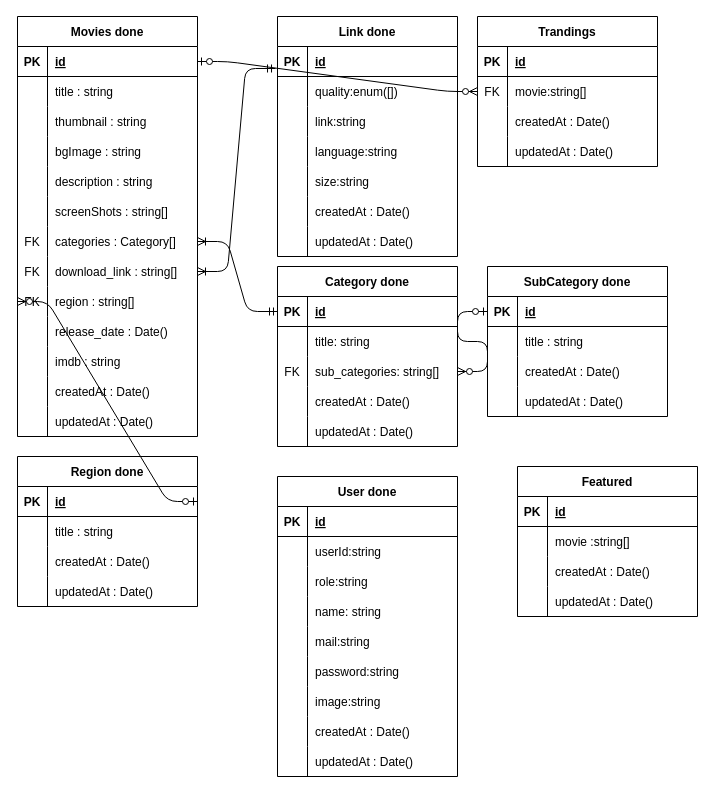
muradwahid/movie-server keeps this draw.io diagram as er-diagram.drawio. Above is the earlier version. Source tidied: cells renumbered, new cells numbered last; positions are measured from the earlier drawing's top-left corner, leaving out a move shared by most shapes. Both pictures are drawn from the tidied source at 100%, with x=0, y=0 at pixel (17, 16).
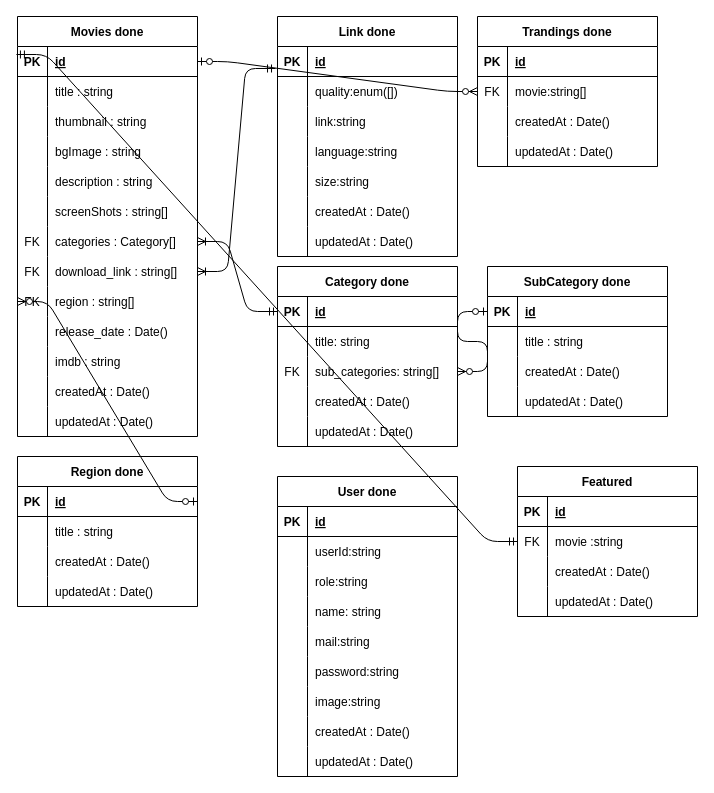
After the change.

Unchanged cells that the change refers to:
```xml
<mxCell id="3" style="shape=tableRow;horizontal=0;startSize=0;swimlaneHead=0;swimlaneBody=0;fillColor=none;points=[[0,0.5],[1,0.5]];portConstraint=eastwest;top=0;left=0;right=0;bottom=1;" parent="2" vertex="1">
  <mxGeometry y="30" width="180" height="30" as="geometry" />
</mxCell>
<mxCell id="156" style="shape=tableRow;horizontal=0;startSize=0;swimlaneHead=0;swimlaneBody=0;fillColor=none;points=[[0,0.5],[1,0.5]];portConstraint=eastwest;top=0;left=0;right=0;bottom=0;" parent="152" vertex="1">
  <mxGeometry y="60" width="180" height="30" as="geometry" />
</mxCell>
```

Diff of the diagram source:
```diff
@@
-    <mxCell id="109" value="Trandings" style="shape=table;startSize=30;childLayout=tableLayout;rowLines=0;fontStyle=1;align=center;" parent="1" vertex="1">
+    <mxCell id="109" value="Trandings done" style="shape=table;startSize=30;childLayout=tableLayout;rowLines=0;fontStyle=1;align=center;" parent="1" vertex="1">
       <mxGeometry x="460" width="180" height="150" as="geometry" />
     </mxCell>
@@
-    <mxCell id="157" style="shape=partialRectangle;fillColor=none;top=0;left=0;bottom=0;right=0;overflow=hidden;" parent="156" vertex="1">
+    <mxCell id="157" value="FK" style="shape=partialRectangle;fillColor=none;top=0;left=0;bottom=0;right=0;overflow=hidden;" parent="156" vertex="1">
       <mxGeometry width="30" height="30" as="geometry" />
     </mxCell>
-    <mxCell id="158" value="movie :string[]" style="shape=partialRectangle;fillColor=none;top=0;left=0;bottom=0;right=0;align=left;spacingLeft=6;overflow=hidden;" parent="156" vertex="1">
+    <mxCell id="158" value="movie :string" style="shape=partialRectangle;fillColor=none;top=0;left=0;bottom=0;right=0;align=left;spacingLeft=6;overflow=hidden;" parent="156" vertex="1">
       <mxGeometry x="30" width="150" height="30" as="geometry" />
     </mxCell>
@@
+    <mxCell id="165" style="edgeStyle=entityRelationEdgeStyle;fontSize=12;html=1;endArrow=ERmandOne;startArrow=ERmandOne;entryX=0;entryY=0.5;entryDx=0;entryDy=0;exitX=-0.006;exitY=0.267;exitDx=0;exitDy=0;exitPerimeter=0;" parent="1" edge="1" source="3" target="156">
+      <mxGeometry relative="1" as="geometry" />
+    </mxCell>
```
